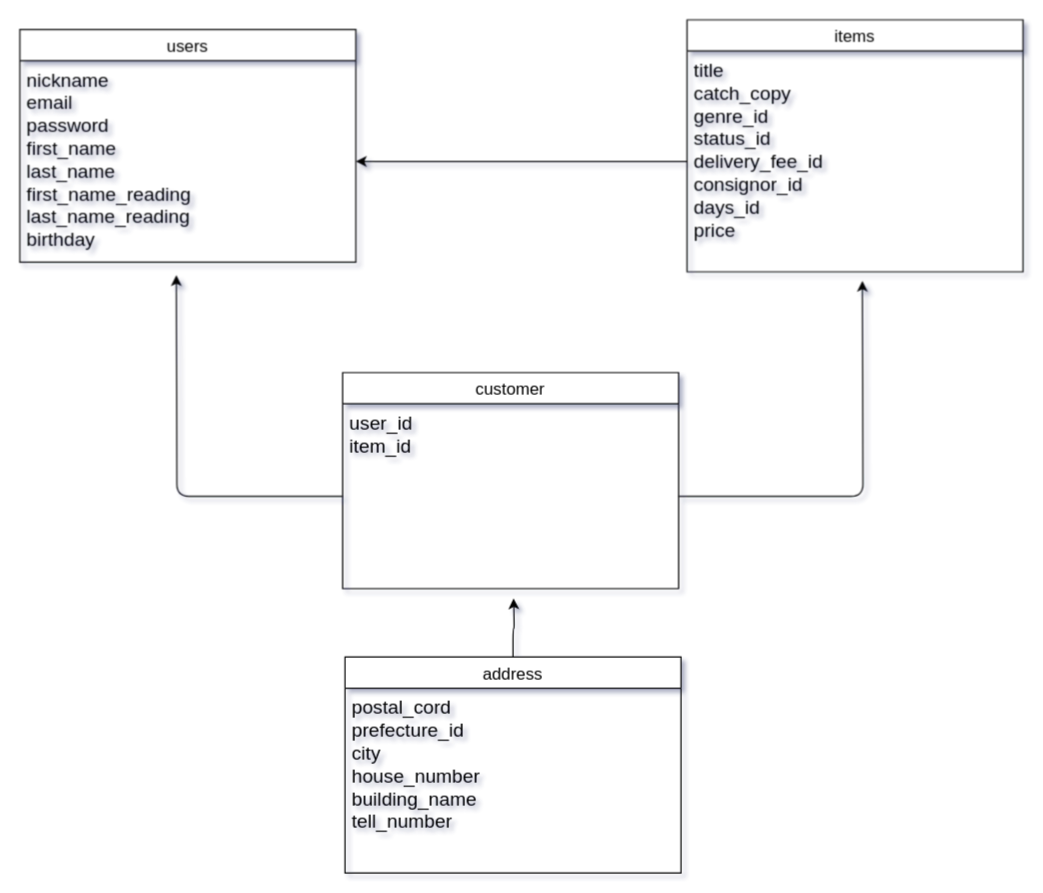
The draw.io diagram furima.dio in 556-mizusawa/furima-30466, before the edit. Source tidied: cells renumbered, new cells numbered last; positions are measured from the earlier drawing's top-left corner, leaving out a move shared by most shapes. Both pictures are drawn from the tidied source at 120%, with x=0, y=0 at pixel (19, 19).
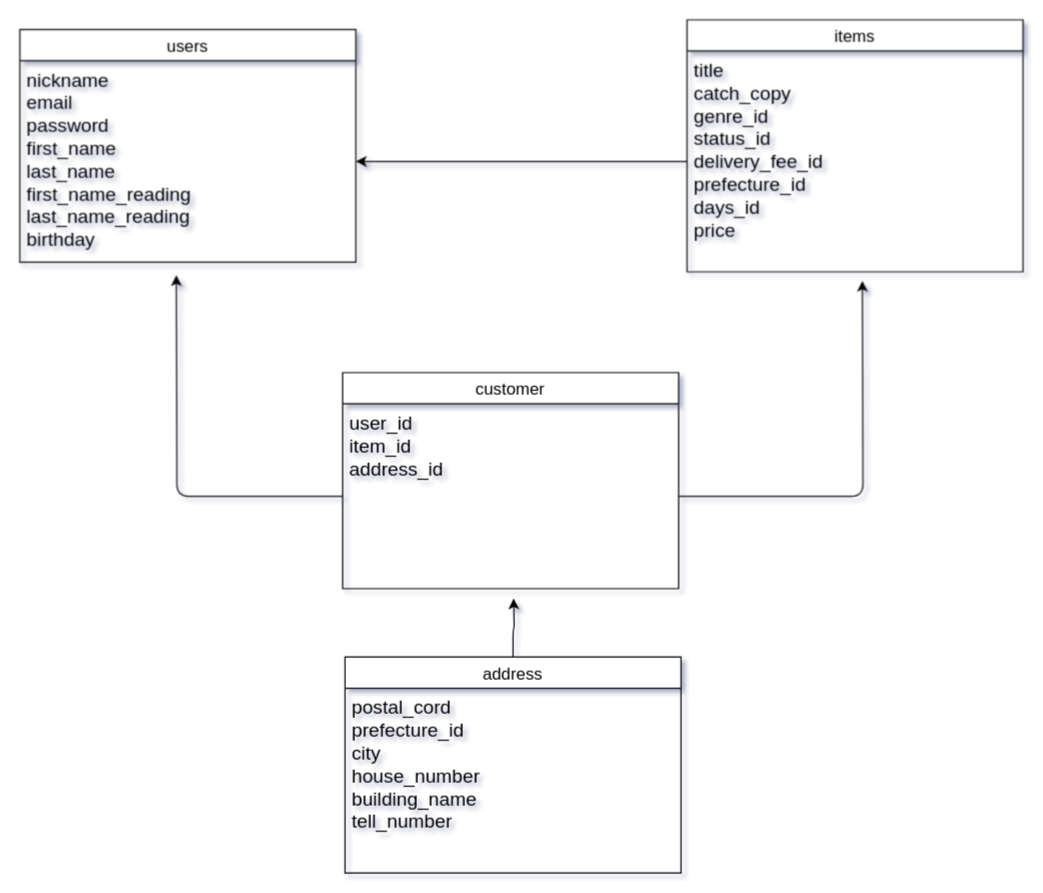
Above is the later version.

Commit message (it also covers changes not shown here):
ER図、README修正

The edit, as a diff of the source:
```diff
@@
 <mxGraphModel shadow="1">
   <root>
     <mxCell id="0" />
     <mxCell id="1" parent="0" />
     <mxCell id="2" style="edgeStyle=orthogonalEdgeStyle;curved=0;rounded=1;sketch=0;jettySize=auto;html=1;exitX=0;exitY=0.5;exitDx=0;exitDy=0;entryX=1;entryY=0.5;entryDx=0;entryDy=0;" parent="1" edge="1" source="6" target="4">
       <mxGeometry relative="1" as="geometry" />
     </mxCell>
     <mxCell id="3" value="users" style="swimlane;fontStyle=0;horizontal=1;startSize=26;align=center;fontSize=14;" parent="1" vertex="1">
       <mxGeometry y="8" width="280" height="194" as="geometry" />
     </mxCell>
     <mxCell id="4" value="nickname&#10;email&#10;password&#10;first_name&#10;last_name&#10;first_name_reading&#10;last_name_reading&#10;birthday" style="text;spacingLeft=4;spacingRight=4;overflow=hidden;points=[[0,0.5],[1,0.5]];portConstraint=eastwest;fontSize=16;" parent="3" vertex="1">
       <mxGeometry y="26" width="280" height="168" as="geometry" />
     </mxCell>
     <mxCell id="5" value="items" style="swimlane;fontStyle=0;horizontal=1;startSize=26;align=center;fontSize=14;" parent="1" vertex="1">
       <mxGeometry x="556" width="280" height="210" as="geometry" />
     </mxCell>
-    <mxCell id="6" value="title&#10;catch_copy&#10;genre_id&#10;status_id&#10;delivery_fee_id&#10;consignor_id&#10;days_id&#10;price" style="text;spacingLeft=4;spacingRight=4;overflow=hidden;points=[[0,0.5],[1,0.5]];portConstraint=eastwest;fontSize=16;" parent="5" vertex="1">
+    <mxCell id="6" value="title&#10;catch_copy&#10;genre_id&#10;status_id&#10;delivery_fee_id&#10;prefecture_id&#10;days_id&#10;price" style="text;spacingLeft=4;spacingRight=4;overflow=hidden;points=[[0,0.5],[1,0.5]];portConstraint=eastwest;fontSize=16;" parent="5" vertex="1">
       <mxGeometry y="26" width="280" height="184" as="geometry" />
     </mxCell>
     <mxCell id="7" style="edgeStyle=orthogonalEdgeStyle;curved=0;rounded=1;sketch=0;jettySize=auto;html=1;exitX=0.5;exitY=0;exitDx=0;exitDy=0;" parent="1" edge="1" source="8">
       <mxGeometry relative="1" as="geometry">
         <mxPoint x="411.5" y="482.2" as="targetPoint" />
       </mxGeometry>
     </mxCell>
     <mxCell id="8" value="address" style="swimlane;fontStyle=0;horizontal=1;startSize=26;align=center;fontSize=14;" parent="1" vertex="1">
       <mxGeometry x="271" y="531" width="280" height="180" as="geometry" />
     </mxCell>
     <mxCell id="9" value="postal_cord&#10;prefecture_id&#10;city&#10;house_number&#10;building_name&#10;tell_number&#10;" style="text;spacingLeft=4;spacingRight=4;overflow=hidden;fontSize=16;" parent="8" vertex="1">
       <mxGeometry y="26" width="280" height="154" as="geometry" />
     </mxCell>
     <mxCell id="10" value="customer" style="swimlane;fontStyle=0;horizontal=1;startSize=26;align=center;fontSize=14;" parent="1" vertex="1">
       <mxGeometry x="269" y="294" width="280" height="180" as="geometry" />
     </mxCell>
-    <mxCell id="11" value="user_id&#10;item_id" style="text;spacingLeft=4;spacingRight=4;overflow=hidden;points=[[0,0.5],[1,0.5]];portConstraint=eastwest;fontSize=16;" parent="10" vertex="1">
+    <mxCell id="11" value="user_id&#10;item_id&#10;address_id" style="text;spacingLeft=4;spacingRight=4;overflow=hidden;points=[[0,0.5],[1,0.5]];portConstraint=eastwest;fontSize=16;" parent="10" vertex="1">
       <mxGeometry y="26" width="280" height="154" as="geometry" />
     </mxCell>
     <mxCell id="12" style="edgeStyle=orthogonalEdgeStyle;curved=0;rounded=1;sketch=0;jettySize=auto;html=1;exitX=1;exitY=0.5;exitDx=0;exitDy=0;" parent="1" edge="1" source="11">
       <mxGeometry relative="1" as="geometry">
         <mxPoint x="702.1" y="217.5" as="targetPoint" />
       </mxGeometry>
     </mxCell>
     <mxCell id="13" style="edgeStyle=orthogonalEdgeStyle;curved=0;rounded=1;sketch=0;jettySize=auto;html=1;exitX=0;exitY=0.5;exitDx=0;exitDy=0;" parent="1" edge="1" source="11">
       <mxGeometry relative="1" as="geometry">
         <mxPoint x="130.4" y="212.8" as="targetPoint" />
       </mxGeometry>
     </mxCell>
   </root>
 </mxGraphModel>
```
